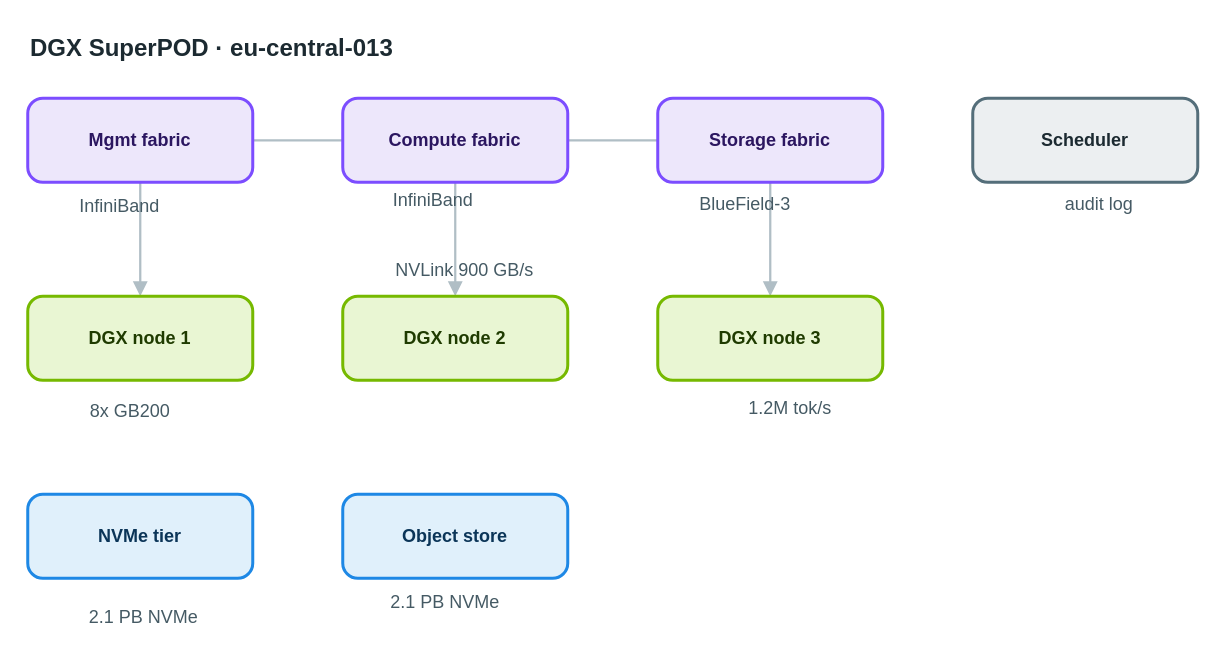
The draw.io diagram apps/web/public/samples/library/013-dgx-superpod.drawio in AryanG01/open-apprentice, before the edit. Source tidied: cells renumbered, new cells numbered last; positions are measured from the earlier drawing's top-left corner, leaving out a move shared by most shapes. Both pictures are drawn from the tidied source at 150%, with x=0, y=0 at pixel (27, 26).
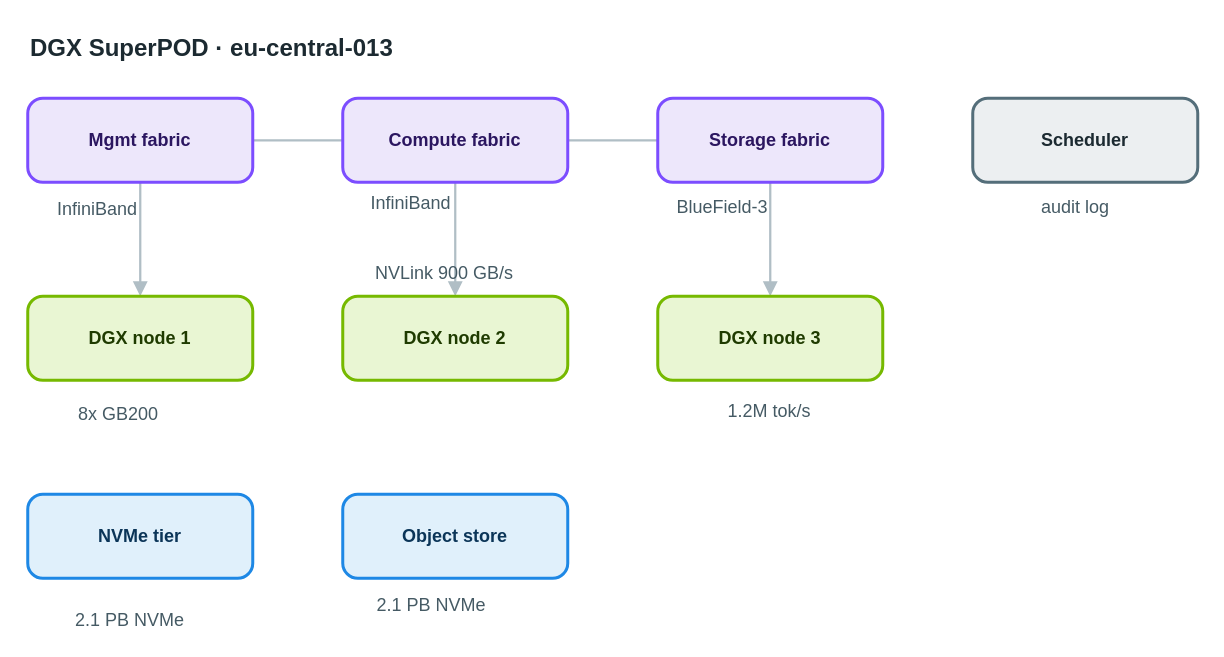
Above is the later version.

Change to the diagram source:
```diff
@@
-    <mxCell id="15" value="InfiniBand" style="text;html=1;align=center;verticalAlign=middle;whiteSpace=nowrap;strokeColor=none;fillColor=none;fontSize=12;fontColor=#455a64;" parent="1" vertex="1">
+    <mxCell id="15" value="InfiniBand" style="text;html=1;align=left;verticalAlign=top;whiteSpace=nowrap;spacing=0;spacingTop=0;strokeColor=none;fillColor=none;fontSize=12;fontColor=#455a64;" parent="1" vertex="1">
       <mxGeometry x="20" y="110" width="82" height="20" as="geometry" />
     </mxCell>
-    <mxCell id="16" value="InfiniBand" style="text;html=1;align=center;verticalAlign=middle;whiteSpace=nowrap;strokeColor=none;fillColor=none;fontSize=12;fontColor=#455a64;" parent="1" vertex="1">
+    <mxCell id="16" value="InfiniBand" style="text;html=1;align=left;verticalAlign=top;whiteSpace=nowrap;spacing=0;spacingTop=0;strokeColor=none;fillColor=none;fontSize=12;fontColor=#455a64;" parent="1" vertex="1">
       <mxGeometry x="229" y="106" width="82" height="20" as="geometry" />
     </mxCell>
-    <mxCell id="17" value="BlueField-3" style="text;html=1;align=center;verticalAlign=middle;whiteSpace=nowrap;strokeColor=none;fillColor=none;fontSize=12;fontColor=#455a64;" parent="1" vertex="1">
+    <mxCell id="17" value="BlueField-3" style="text;html=1;align=left;verticalAlign=top;whiteSpace=nowrap;spacing=0;spacingTop=0;strokeColor=none;fillColor=none;fontSize=12;fontColor=#455a64;" parent="1" vertex="1">
       <mxGeometry x="433" y="109" width="89" height="20" as="geometry" />
     </mxCell>
-    <mxCell id="18" value="8x GB200" style="text;html=1;align=center;verticalAlign=middle;whiteSpace=nowrap;strokeColor=none;fillColor=none;fontSize=12;fontColor=#455a64;" parent="1" vertex="1">
+    <mxCell id="18" value="8x GB200" style="text;html=1;align=left;verticalAlign=top;whiteSpace=nowrap;spacing=0;spacingTop=0;strokeColor=none;fillColor=none;fontSize=12;fontColor=#455a64;" parent="1" vertex="1">
       <mxGeometry x="34" y="247" width="68" height="20" as="geometry" />
     </mxCell>
-    <mxCell id="19" value="NVLink 900 GB/s" style="text;html=1;align=center;verticalAlign=middle;whiteSpace=nowrap;strokeColor=none;fillColor=none;fontSize=12;fontColor=#455a64;" parent="1" vertex="1">
+    <mxCell id="19" value="NVLink 900 GB/s" style="text;html=1;align=left;verticalAlign=top;whiteSpace=nowrap;spacing=0;spacingTop=0;strokeColor=none;fillColor=none;fontSize=12;fontColor=#455a64;" parent="1" vertex="1">
       <mxGeometry x="232" y="153" width="117" height="20" as="geometry" />
     </mxCell>
-    <mxCell id="20" value="1.2M tok/s" style="text;html=1;align=center;verticalAlign=middle;whiteSpace=nowrap;strokeColor=none;fillColor=none;fontSize=12;fontColor=#455a64;" parent="1" vertex="1">
+    <mxCell id="20" value="1.2M tok/s" style="text;html=1;align=left;verticalAlign=top;whiteSpace=nowrap;spacing=0;spacingTop=0;strokeColor=none;fillColor=none;fontSize=12;fontColor=#455a64;" parent="1" vertex="1">
       <mxGeometry x="467" y="245" width="82" height="20" as="geometry" />
     </mxCell>
-    <mxCell id="21" value="2.1 PB NVMe" style="text;html=1;align=center;verticalAlign=middle;whiteSpace=nowrap;strokeColor=none;fillColor=none;fontSize=12;fontColor=#455a64;" parent="1" vertex="1">
+    <mxCell id="21" value="2.1 PB NVMe" style="text;html=1;align=left;verticalAlign=top;whiteSpace=nowrap;spacing=0;spacingTop=0;strokeColor=none;fillColor=none;fontSize=12;fontColor=#455a64;" parent="1" vertex="1">
       <mxGeometry x="32" y="384" width="89" height="20" as="geometry" />
     </mxCell>
-    <mxCell id="22" value="2.1 PB NVMe" style="text;html=1;align=center;verticalAlign=middle;whiteSpace=nowrap;strokeColor=none;fillColor=none;fontSize=12;fontColor=#455a64;" parent="1" vertex="1">
+    <mxCell id="22" value="2.1 PB NVMe" style="text;html=1;align=left;verticalAlign=top;whiteSpace=nowrap;spacing=0;spacingTop=0;strokeColor=none;fillColor=none;fontSize=12;fontColor=#455a64;" parent="1" vertex="1">
       <mxGeometry x="233" y="374" width="89" height="20" as="geometry" />
     </mxCell>
-    <mxCell id="23" value="audit log" style="text;html=1;align=center;verticalAlign=middle;whiteSpace=nowrap;strokeColor=none;fillColor=none;fontSize=12;fontColor=#455a64;" parent="1" vertex="1">
+    <mxCell id="23" value="audit log" style="text;html=1;align=left;verticalAlign=top;whiteSpace=nowrap;spacing=0;spacingTop=0;strokeColor=none;fillColor=none;fontSize=12;fontColor=#455a64;" parent="1" vertex="1">
       <mxGeometry x="676" y="109" width="75" height="20" as="geometry" />
     </mxCell>
```
